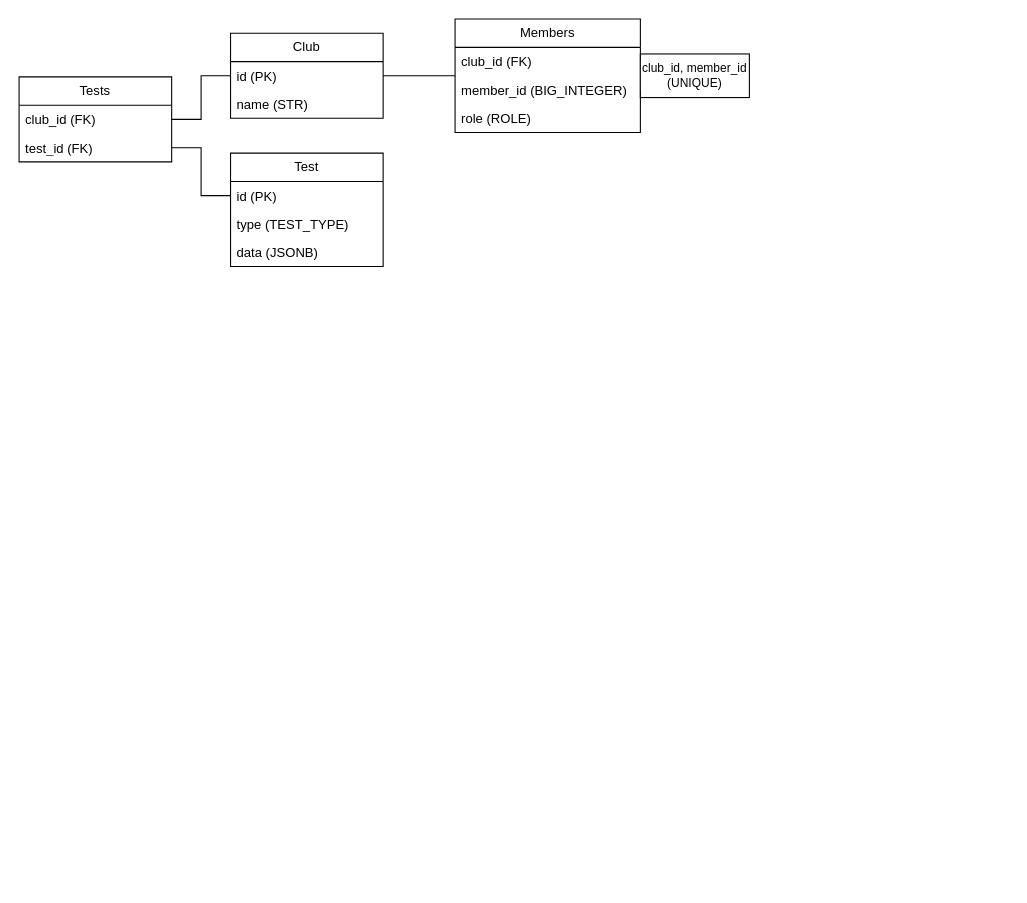
The draw.io diagram doc/Диаграмма без названия.drawio in ru-random-walk/club-service, before the edit. Source tidied: cells renumbered, new cells numbered last; positions are measured from the earlier drawing's top-left corner, leaving out a move shared by most shapes. Both pictures are drawn from the tidied source at 109%, with x=0, y=0 at pixel (19, 19).
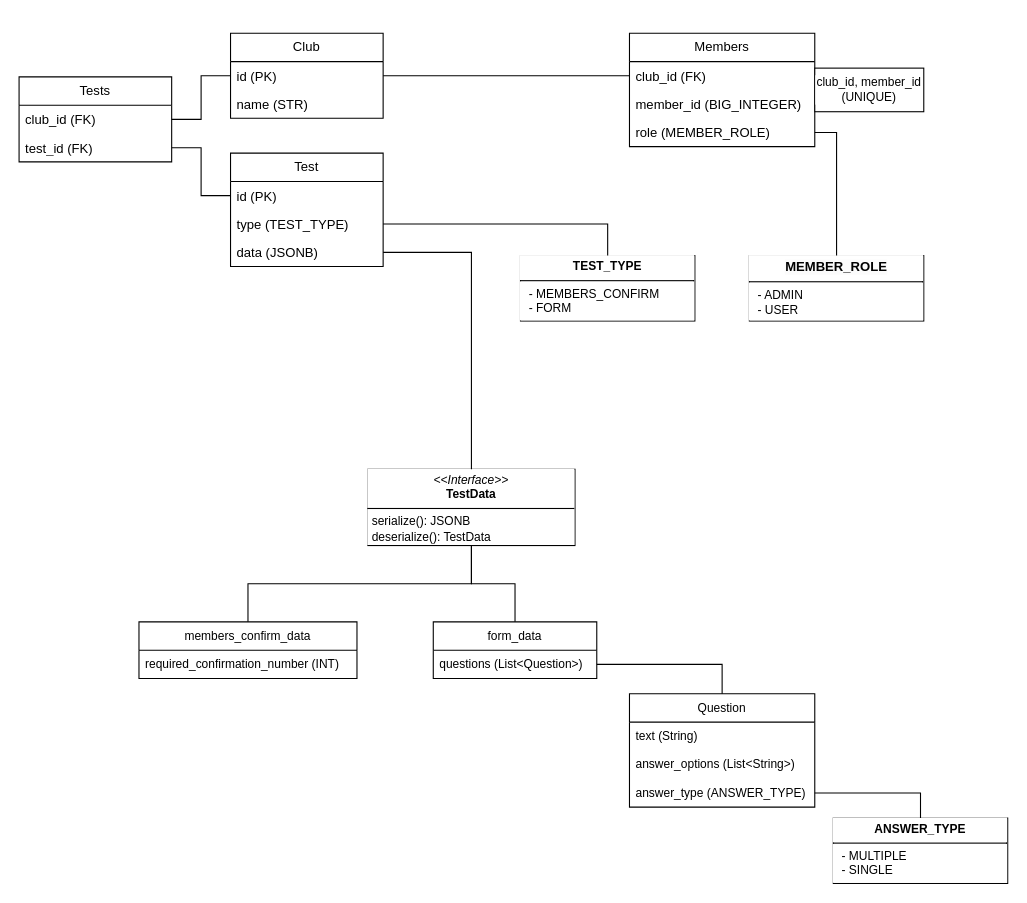
The same diagram, later.

Commit message:
RANDOMWALK-6: add domain models

Unchanged cells that the change refers to:
```xml
<mxCell id="4" value="Club" style="swimlane;fontStyle=0;horizontal=1;startSize=26;fillColor=none;whiteSpace=wrap;html=1;" parent="1" vertex="1">
  <mxGeometry x="194" y="13" width="140" height="78" as="geometry" />
</mxCell>
<mxCell id="11" value="Members" style="swimlane;fontStyle=0;horizontal=1;startSize=26;fillColor=none;whiteSpace=wrap;html=1;" parent="10" vertex="1">
  <mxGeometry width="170" height="104" as="geometry" />
</mxCell>
<mxCell id="12" value="club_id (FK)" style="text;strokeColor=none;fillColor=none;align=left;verticalAlign=top;spacingLeft=4;spacingRight=4;overflow=hidden;points=[[0,0.5],[1,0.5]];portConstraint=eastwest;whiteSpace=wrap;html=1;" parent="11" vertex="1">
  <mxGeometry y="26" width="170" height="26" as="geometry" />
</mxCell>
<mxCell id="18" value="type (TEST_TYPE)" style="text;strokeColor=none;fillColor=none;align=left;verticalAlign=top;spacingLeft=4;spacingRight=4;overflow=hidden;points=[[0,0.5],[1,0.5]];portConstraint=eastwest;whiteSpace=wrap;html=1;" parent="16" vertex="1">
  <mxGeometry y="52" width="140" height="26" as="geometry" />
</mxCell>
<mxCell id="19" value="data (JSONB)" style="text;strokeColor=none;fillColor=none;align=left;verticalAlign=top;spacingLeft=4;spacingRight=4;overflow=hidden;points=[[0,0.5],[1,0.5]];portConstraint=eastwest;whiteSpace=wrap;html=1;" parent="16" vertex="1">
  <mxGeometry y="78" width="140" height="26" as="geometry" />
</mxCell>
```

Change to the diagram source:
```diff
@@
-    <mxCell id="2" style="edgeStyle=orthogonalEdgeStyle;rounded=0;jettySize=auto;html=1;strokeColor=default;endArrow=none;endFill=0;" parent="1" edge="1" source="4" target="11">
+    <mxCell id="2" style="edgeStyle=orthogonalEdgeStyle;rounded=0;jettySize=auto;html=1;strokeColor=default;endArrow=none;endFill=0;entryX=0;entryY=0.5;entryDx=0;entryDy=0;" parent="1" edge="1" source="4" target="12">
       <mxGeometry relative="1" as="geometry" />
     </mxCell>
@@
     <mxCell id="10" style="group;" parent="1" vertex="1">
-      <mxGeometry x="400" width="240" height="104" as="geometry" />
+      <mxGeometry x="560" y="13" width="240" height="104" as="geometry" />
     </mxCell>
@@
-    <mxCell id="14" value="role (ROLE)" style="text;strokeColor=none;fillColor=none;align=left;verticalAlign=top;spacingLeft=4;spacingRight=4;overflow=hidden;points=[[0,0.5],[1,0.5]];portConstraint=eastwest;whiteSpace=wrap;html=1;" parent="11" vertex="1">
+    <mxCell id="14" value="role (MEMBER_ROLE)" style="text;strokeColor=none;fillColor=none;align=left;verticalAlign=top;spacingLeft=4;spacingRight=4;overflow=hidden;points=[[0,0.5],[1,0.5]];portConstraint=eastwest;whiteSpace=wrap;html=1;" parent="11" vertex="1">
       <mxGeometry y="78" width="170" height="26" as="geometry" />
     </mxCell>
@@
+    <mxCell id="21" value="&lt;p style=&quot;margin: 4px 0px 0px; text-align: center;&quot;&gt;&lt;b style=&quot;&quot;&gt;TEST_TYPE&lt;/b&gt;&lt;/p&gt;&lt;hr size=&quot;1&quot; style=&quot;border-style:solid;&quot;&gt;&lt;p style=&quot;margin:0px;margin-left:8px;&quot;&gt;- MEMBERS_CONFIRM&lt;/p&gt;&lt;p style=&quot;margin:0px;margin-left:8px;&quot;&gt;- FORM&lt;/p&gt;" style="verticalAlign=top;align=left;overflow=fill;html=1;whiteSpace=wrap;fontFamily=Helvetica;fontSize=11;fontColor=default;labelBackgroundColor=default;" parent="1" vertex="1">
+      <mxGeometry x="460" y="217" width="160" height="60" as="geometry" />
+    </mxCell>
+    <mxCell id="22" value="&lt;p style=&quot;margin: 4px 0px 0px; text-align: center;&quot;&gt;&lt;span style=&quot;font-size: 12px; text-align: left; background-color: rgb(251, 251, 251);&quot;&gt;&lt;b&gt;MEMBER_ROLE&lt;/b&gt;&lt;/span&gt;&lt;br&gt;&lt;/p&gt;&lt;hr size=&quot;1&quot; style=&quot;border-style:solid;&quot;&gt;&lt;p style=&quot;margin:0px;margin-left:8px;&quot;&gt;- ADMIN&lt;/p&gt;&lt;p style=&quot;margin:0px;margin-left:8px;&quot;&gt;- USER&lt;/p&gt;" style="verticalAlign=top;align=left;overflow=fill;html=1;whiteSpace=wrap;fontFamily=Helvetica;fontSize=11;fontColor=default;labelBackgroundColor=default;" parent="1" vertex="1">
+      <mxGeometry x="670" y="217" width="160" height="60" as="geometry" />
+    </mxCell>
+    <mxCell id="23" style="edgeStyle=orthogonalEdgeStyle;shape=connector;rounded=0;jettySize=auto;html=1;exitX=1;exitY=0.5;exitDx=0;exitDy=0;strokeColor=default;align=center;verticalAlign=middle;fontFamily=Helvetica;fontSize=11;fontColor=default;labelBackgroundColor=default;endArrow=none;endFill=0;" parent="1" edge="1" source="18" target="21">
+      <mxGeometry relative="1" as="geometry" />
+    </mxCell>
+    <mxCell id="24" style="edgeStyle=orthogonalEdgeStyle;shape=connector;rounded=0;jettySize=auto;html=1;exitX=1;exitY=0.5;exitDx=0;exitDy=0;entryX=0.5;entryY=0;entryDx=0;entryDy=0;strokeColor=default;align=center;verticalAlign=middle;fontFamily=Helvetica;fontSize=11;fontColor=default;labelBackgroundColor=default;endArrow=none;endFill=0;" parent="1" edge="1" source="14" target="22">
+      <mxGeometry relative="1" as="geometry" />
+    </mxCell>
+    <mxCell id="25" value="members_confirm_data" style="swimlane;fontStyle=0;horizontal=1;startSize=26;fillColor=none;whiteSpace=wrap;html=1;fontFamily=Helvetica;fontSize=11;fontColor=default;labelBackgroundColor=default;" parent="1" vertex="1">
+      <mxGeometry x="110" y="553" width="200" height="52" as="geometry" />
+    </mxCell>
+    <mxCell id="26" value="required_confirmation_number (INT)" style="text;strokeColor=none;fillColor=none;align=left;verticalAlign=top;spacingLeft=4;spacingRight=4;overflow=hidden;whiteSpace=wrap;html=1;fontFamily=Helvetica;fontSize=11;fontColor=default;labelBackgroundColor=default;" parent="25" vertex="1">
+      <mxGeometry y="26" width="200" height="26" as="geometry" />
+    </mxCell>
+    <mxCell id="27" style="edgeStyle=orthogonalEdgeStyle;shape=connector;rounded=0;jettySize=auto;html=1;exitX=0.5;exitY=1;exitDx=0;exitDy=0;entryX=0.5;entryY=0;entryDx=0;entryDy=0;strokeColor=default;align=center;verticalAlign=middle;fontFamily=Helvetica;fontSize=11;fontColor=default;labelBackgroundColor=default;endArrow=none;endFill=0;" parent="1" edge="1" source="29" target="25">
+      <mxGeometry relative="1" as="geometry" />
+    </mxCell>
+    <mxCell id="28" style="edgeStyle=orthogonalEdgeStyle;shape=connector;rounded=0;jettySize=auto;html=1;entryX=0.5;entryY=0;entryDx=0;entryDy=0;strokeColor=default;align=center;verticalAlign=middle;fontFamily=Helvetica;fontSize=11;fontColor=default;labelBackgroundColor=default;endArrow=none;endFill=0;" parent="1" edge="1" source="29" target="30">
+      <mxGeometry relative="1" as="geometry" />
+    </mxCell>
+    <mxCell id="29" value="&lt;p style=&quot;margin:0px;margin-top:4px;text-align:center;&quot;&gt;&lt;i&gt;&amp;lt;&amp;lt;Interface&amp;gt;&amp;gt;&lt;/i&gt;&lt;br&gt;&lt;b&gt;TestData&lt;/b&gt;&lt;/p&gt;&lt;hr size=&quot;1&quot; style=&quot;border-style:solid;&quot;&gt;&lt;p style=&quot;margin:0px;margin-left:4px;&quot;&gt;serialize(): JSONB&lt;br&gt;&lt;/p&gt;&lt;p style=&quot;margin:0px;margin-left:4px;&quot;&gt;deserialize(): TestData&lt;br&gt;&lt;/p&gt;" style="verticalAlign=top;align=left;overflow=fill;html=1;whiteSpace=wrap;fontFamily=Helvetica;fontSize=11;fontColor=default;labelBackgroundColor=default;" parent="1" vertex="1">
+      <mxGeometry x="320" y="413" width="190" height="70" as="geometry" />
+    </mxCell>
+    <mxCell id="30" value="form_data" style="swimlane;fontStyle=0;horizontal=1;startSize=26;fillColor=none;whiteSpace=wrap;html=1;fontFamily=Helvetica;fontSize=11;fontColor=default;labelBackgroundColor=default;" parent="1" vertex="1">
+      <mxGeometry x="380" y="553" width="150" height="52" as="geometry" />
+    </mxCell>
+    <mxCell id="31" value="questions (List&amp;lt;Question&amp;gt;)" style="text;strokeColor=none;fillColor=none;align=left;verticalAlign=top;spacingLeft=4;spacingRight=4;overflow=hidden;points=[[0,0.5],[1,0.5]];portConstraint=eastwest;whiteSpace=wrap;html=1;fontFamily=Helvetica;fontSize=11;fontColor=default;labelBackgroundColor=default;" parent="30" vertex="1">
+      <mxGeometry y="26" width="150" height="26" as="geometry" />
+    </mxCell>
+    <mxCell id="32" value="&lt;span style=&quot;text-align: left;&quot;&gt;Question&lt;/span&gt;" style="swimlane;fontStyle=0;horizontal=1;startSize=26;fillColor=none;whiteSpace=wrap;html=1;fontFamily=Helvetica;fontSize=11;fontColor=default;labelBackgroundColor=default;" parent="1" vertex="1">
+      <mxGeometry x="560" y="619" width="170" height="104" as="geometry" />
+    </mxCell>
+    <mxCell id="33" value="text (String)" style="text;strokeColor=none;fillColor=none;align=left;verticalAlign=top;spacingLeft=4;spacingRight=4;overflow=hidden;whiteSpace=wrap;html=1;fontFamily=Helvetica;fontSize=11;fontColor=default;labelBackgroundColor=default;" parent="32" vertex="1">
+      <mxGeometry y="26" width="170" height="26" as="geometry" />
+    </mxCell>
+    <mxCell id="34" value="answer_options (List&amp;lt;String&amp;gt;)" style="text;strokeColor=none;fillColor=none;align=left;verticalAlign=top;spacingLeft=4;spacingRight=4;overflow=hidden;whiteSpace=wrap;html=1;fontFamily=Helvetica;fontSize=11;fontColor=default;labelBackgroundColor=default;" parent="32" vertex="1">
+      <mxGeometry y="52" width="170" height="26" as="geometry" />
+    </mxCell>
+    <mxCell id="35" value="answer_type (ANSWER_TYPE)" style="text;strokeColor=none;fillColor=none;align=left;verticalAlign=top;spacingLeft=4;spacingRight=4;overflow=hidden;points=[[0,0.5],[1,0.5]];portConstraint=eastwest;whiteSpace=wrap;html=1;fontFamily=Helvetica;fontSize=11;fontColor=default;labelBackgroundColor=default;" parent="32" vertex="1">
+      <mxGeometry y="78" width="170" height="26" as="geometry" />
+    </mxCell>
+    <mxCell id="36" value="&lt;p style=&quot;margin: 4px 0px 0px; text-align: center;&quot;&gt;&lt;span style=&quot;text-align: left;&quot;&gt;&lt;b&gt;ANSWER_TYPE&lt;/b&gt;&lt;/span&gt;&lt;br&gt;&lt;/p&gt;&lt;hr size=&quot;1&quot; style=&quot;border-style:solid;&quot;&gt;&lt;p style=&quot;margin:0px;margin-left:8px;&quot;&gt;- MULTIPLE&lt;/p&gt;&lt;p style=&quot;margin:0px;margin-left:8px;&quot;&gt;- SINGLE&lt;/p&gt;" style="verticalAlign=top;align=left;overflow=fill;html=1;whiteSpace=wrap;fontFamily=Helvetica;fontSize=11;fontColor=default;labelBackgroundColor=default;" parent="1" vertex="1">
+      <mxGeometry x="747" y="733" width="160" height="60" as="geometry" />
+    </mxCell>
+    <mxCell id="37" style="edgeStyle=orthogonalEdgeStyle;shape=connector;rounded=0;jettySize=auto;html=1;exitX=1;exitY=0.5;exitDx=0;exitDy=0;entryX=0.5;entryY=0;entryDx=0;entryDy=0;strokeColor=default;align=center;verticalAlign=middle;fontFamily=Helvetica;fontSize=11;fontColor=default;labelBackgroundColor=default;endArrow=none;endFill=0;" parent="1" edge="1" source="31" target="32">
+      <mxGeometry relative="1" as="geometry" />
+    </mxCell>
+    <mxCell id="38" style="edgeStyle=orthogonalEdgeStyle;shape=connector;rounded=0;jettySize=auto;html=1;exitX=1;exitY=0.5;exitDx=0;exitDy=0;strokeColor=default;align=center;verticalAlign=middle;fontFamily=Helvetica;fontSize=11;fontColor=default;labelBackgroundColor=default;endArrow=none;endFill=0;" parent="1" edge="1" source="35" target="36">
+      <mxGeometry relative="1" as="geometry" />
+    </mxCell>
+    <mxCell id="39" style="edgeStyle=orthogonalEdgeStyle;shape=connector;rounded=0;jettySize=auto;html=1;exitX=1;exitY=0.5;exitDx=0;exitDy=0;strokeColor=default;align=center;verticalAlign=middle;fontFamily=Helvetica;fontSize=11;fontColor=default;labelBackgroundColor=default;endArrow=none;endFill=0;" parent="1" edge="1" source="19" target="29">
+      <mxGeometry relative="1" as="geometry" />
+    </mxCell>
```
